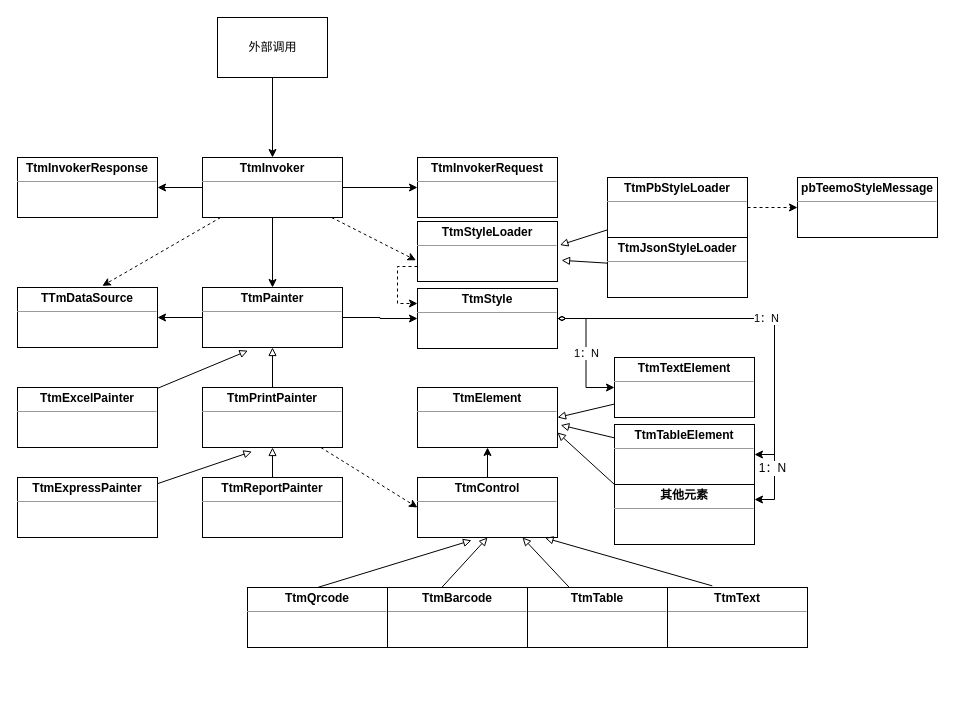
mashifei/uml keeps this draw.io diagram as page "总类图" (6 of 7) of teemoactivex.drawio. Above is the earlier version. Source tidied: cells renumbered, new cells numbered last; positions are measured from the earlier drawing's top-left corner, leaving out a move shared by most shapes. Both pictures are drawn from the tidied source at 100%, with x=0, y=0 at pixel (17, 17).
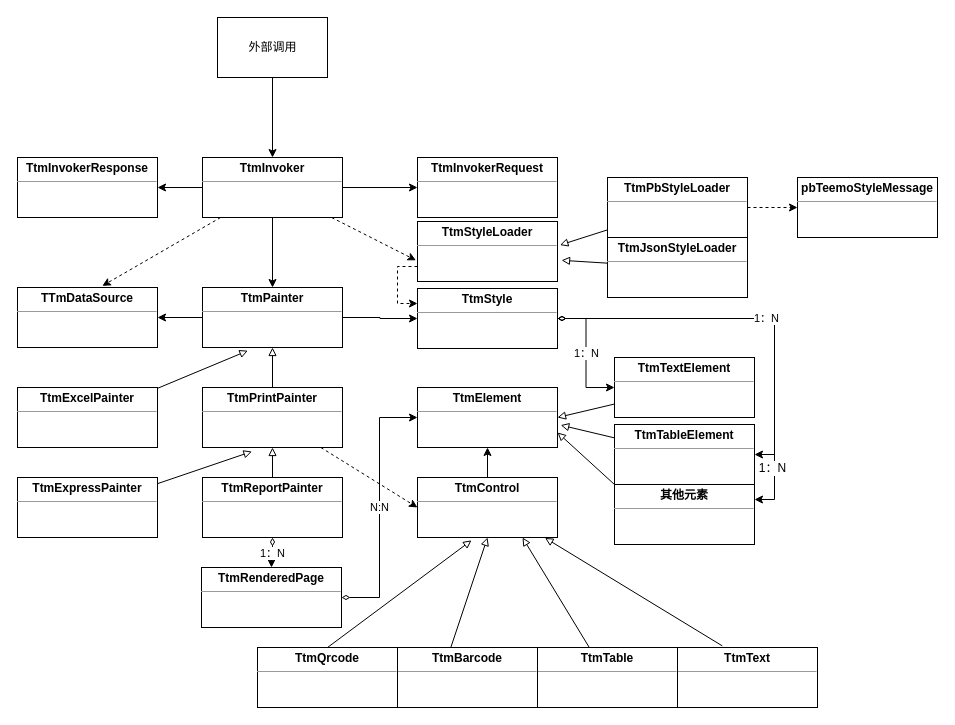
After the change.

Unchanged cells that the change refers to:
```xml
<mxCell id="25" value="&lt;p style=&quot;margin: 0px ; margin-top: 4px ; text-align: center&quot;&gt;&lt;b&gt;TtmElement&lt;/b&gt;&lt;/p&gt;&lt;hr size=&quot;1&quot;&gt;&lt;div style=&quot;height: 2px&quot;&gt;&lt;/div&gt;" style="verticalAlign=top;align=left;overflow=fill;fontSize=12;fontFamily=Helvetica;html=1;" parent="1" vertex="1">
  <mxGeometry x="400" y="370" width="140" height="60" as="geometry" />
</mxCell>
<mxCell id="33" value="&lt;p style=&quot;margin: 0px ; margin-top: 4px ; text-align: center&quot;&gt;&lt;b&gt;TtmReportPainter&lt;/b&gt;&lt;/p&gt;&lt;hr size=&quot;1&quot;&gt;&lt;div style=&quot;height: 2px&quot;&gt;&lt;/div&gt;" style="verticalAlign=top;align=left;overflow=fill;fontSize=12;fontFamily=Helvetica;html=1;" parent="1" vertex="1">
  <mxGeometry x="185" y="460" width="140" height="60" as="geometry" />
</mxCell>
```

Change to the diagram source:
```diff
@@
+    <mxCell id="55" value="1：N" style="edgeStyle=orthogonalEdgeStyle;rounded=0;jettySize=auto;html=1;startArrow=diamondThin;startFill=0;endArrow=classic;endFill=1;" parent="1" edge="1" source="33" target="57">
+      <mxGeometry relative="1" as="geometry" />
+    </mxCell>
@@
     <mxCell id="44" value="&lt;p style=&quot;margin: 0px ; margin-top: 4px ; text-align: center&quot;&gt;&lt;b&gt;TtmText&lt;/b&gt;&lt;/p&gt;&lt;hr size=&quot;1&quot;&gt;&lt;div style=&quot;height: 2px&quot;&gt;&lt;/div&gt;" style="verticalAlign=top;align=left;overflow=fill;fontSize=12;fontFamily=Helvetica;html=1;" parent="1" vertex="1">
-      <mxGeometry x="650" y="570" width="140" height="60" as="geometry" />
+      <mxGeometry x="660" y="630" width="140" height="60" as="geometry" />
     </mxCell>
@@
     <mxCell id="46" value="&lt;p style=&quot;margin: 0px ; margin-top: 4px ; text-align: center&quot;&gt;&lt;b&gt;TtmTable&lt;/b&gt;&lt;/p&gt;&lt;hr size=&quot;1&quot;&gt;&lt;div style=&quot;height: 2px&quot;&gt;&lt;/div&gt;" style="verticalAlign=top;align=left;overflow=fill;fontSize=12;fontFamily=Helvetica;html=1;" parent="1" vertex="1">
-      <mxGeometry x="510" y="570" width="140" height="60" as="geometry" />
+      <mxGeometry x="520" y="630" width="140" height="60" as="geometry" />
     </mxCell>
@@
     <mxCell id="48" value="&lt;p style=&quot;margin: 0px ; margin-top: 4px ; text-align: center&quot;&gt;&lt;b&gt;TtmBarcode&lt;/b&gt;&lt;/p&gt;&lt;hr size=&quot;1&quot;&gt;&lt;div style=&quot;height: 2px&quot;&gt;&lt;/div&gt;" style="verticalAlign=top;align=left;overflow=fill;fontSize=12;fontFamily=Helvetica;html=1;" parent="1" vertex="1">
-      <mxGeometry x="370" y="570" width="140" height="60" as="geometry" />
+      <mxGeometry x="380" y="630" width="140" height="60" as="geometry" />
     </mxCell>
@@
     <mxCell id="50" value="&lt;p style=&quot;margin: 0px ; margin-top: 4px ; text-align: center&quot;&gt;&lt;b&gt;TtmQrcode&lt;/b&gt;&lt;/p&gt;&lt;hr size=&quot;1&quot;&gt;&lt;div style=&quot;height: 2px&quot;&gt;&lt;/div&gt;" style="verticalAlign=top;align=left;overflow=fill;fontSize=12;fontFamily=Helvetica;html=1;" parent="1" vertex="1">
-      <mxGeometry x="230" y="570" width="140" height="60" as="geometry" />
+      <mxGeometry x="240" y="630" width="140" height="60" as="geometry" />
     </mxCell>
@@
+    <mxCell id="56" value="N:N" style="rounded=0;jettySize=auto;html=1;startArrow=diamondThin;startFill=0;endArrow=classic;endFill=1;edgeStyle=orthogonalEdgeStyle;entryX=0;entryY=0.5;entryDx=0;entryDy=0;" parent="1" edge="1" source="57" target="25">
+      <mxGeometry relative="1" as="geometry" />
+    </mxCell>
+    <mxCell id="57" value="&lt;p style=&quot;margin: 0px ; margin-top: 4px ; text-align: center&quot;&gt;&lt;b&gt;TtmRenderedPage&lt;/b&gt;&lt;/p&gt;&lt;hr size=&quot;1&quot;&gt;&lt;div style=&quot;height: 2px&quot;&gt;&lt;/div&gt;" style="verticalAlign=top;align=left;overflow=fill;fontSize=12;fontFamily=Helvetica;html=1;" parent="1" vertex="1">
+      <mxGeometry x="184" y="550" width="140" height="60" as="geometry" />
+    </mxCell>
```
